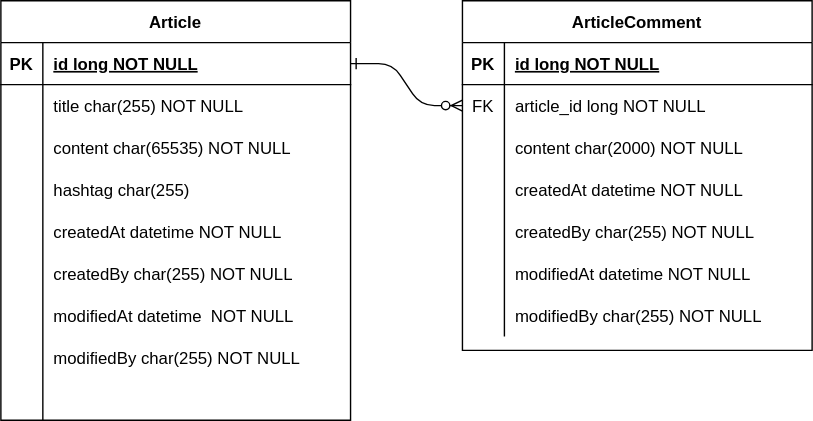
ksw13/bootmoa keeps this draw.io diagram as document/erd.svg. Above is the earlier version. Source tidied: cells renumbered, new cells last; positions are measured from the earlier drawing's top-left corner, leaving out a move shared by most shapes.
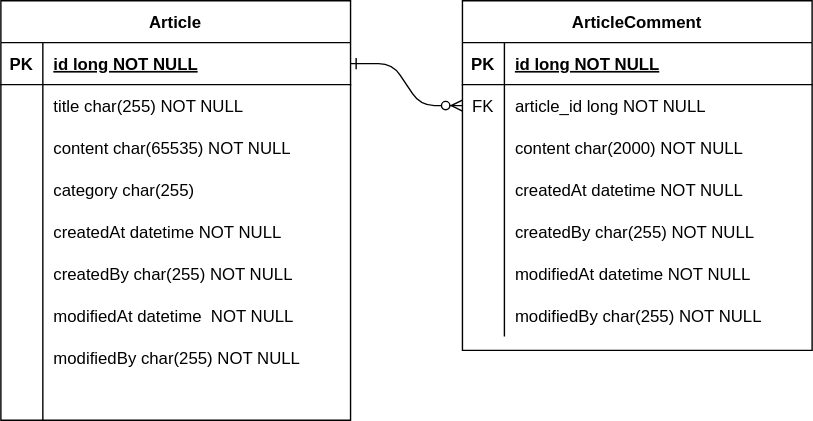
Later version of the same file.

Change to the diagram source:
```diff
@@ -107,7 +107,7 @@
     <mxCell id="36" style="shape=partialRectangle;overflow=hidden;fillColor=none;top=0;left=0;bottom=0;right=0;" parent="35" vertex="1">
       <mxGeometry width="30" height="30" as="geometry" />
     </mxCell>
-    <mxCell id="37" value="hashtag char(255)" style="shape=partialRectangle;overflow=hidden;fillColor=none;top=0;left=0;bottom=0;right=0;align=left;spacingLeft=6;" parent="35" vertex="1">
+    <mxCell id="37" value="category char(255)" style="shape=partialRectangle;overflow=hidden;fillColor=none;top=0;left=0;bottom=0;right=0;align=left;spacingLeft=6;" parent="35" vertex="1">
       <mxGeometry x="30" width="220" height="30" as="geometry" />
     </mxCell>
     <mxCell id="38" style="shape=partialRectangle;fillColor=none;top=0;left=0;right=0;bottom=0;" parent="25" vertex="1">
```
